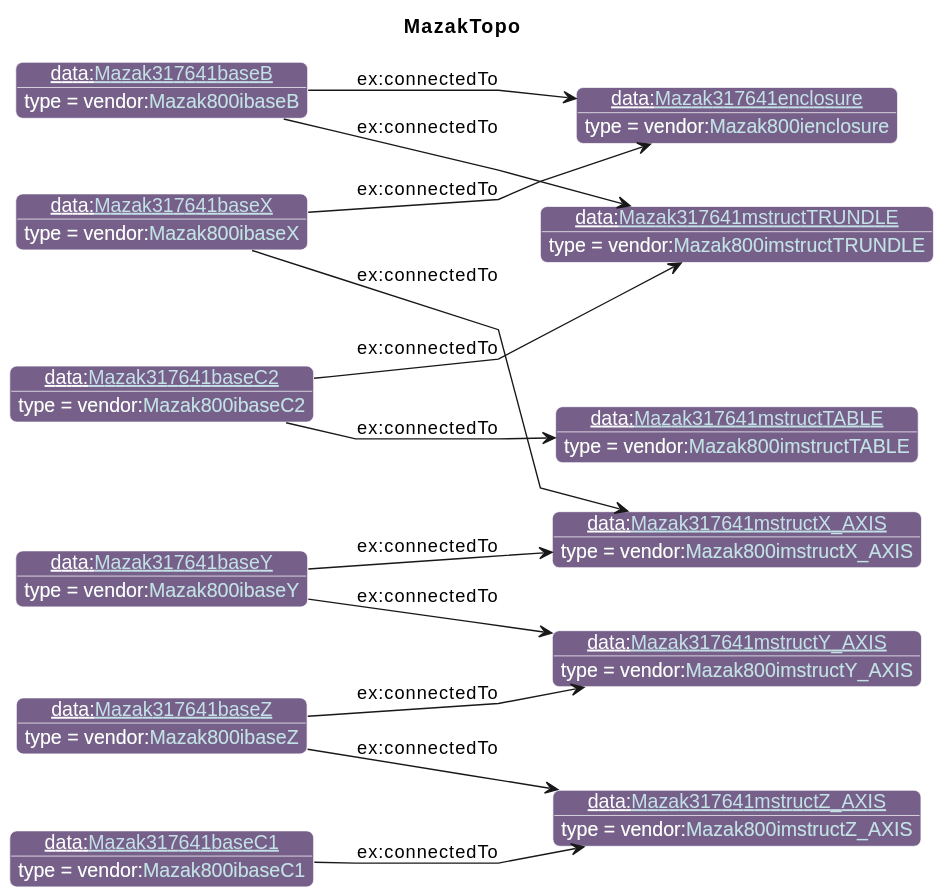
Earlier version of the PlantUML export diagrams/MazakTopo.svg (iofoundry/example-syseng-mtconnect).
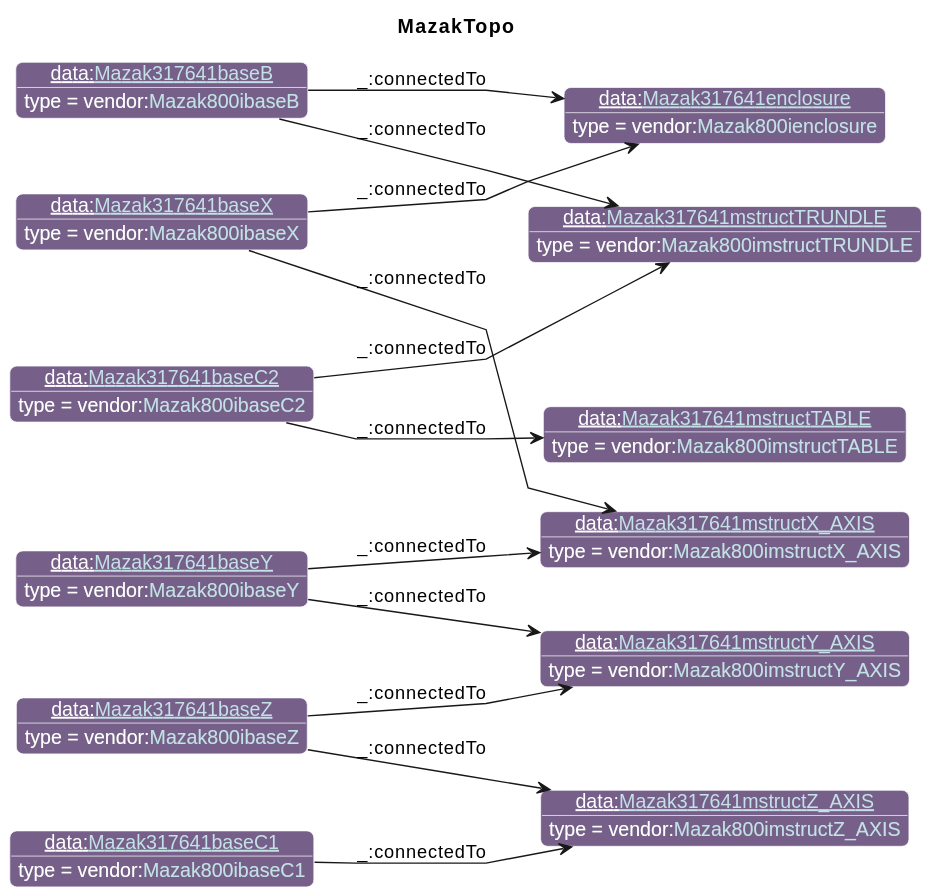
The same file after the commit.

The edit, as a diff of the source:
```diff
@@ -37,15 +37,15 @@
 individual(o9, data:[[./Mazak317641mstructTRUNDLE.html Mazak317641mstructTRUNDLE]], vendor:[[../Mazak.html#Mazak800imstructTRUNDLE Mazak800imstructTRUNDLE]])
 individual(o10, data:[[./Mazak317641baseC2.html Mazak317641baseC2]], vendor:[[../Mazak.html#Mazak800ibaseC2 Mazak800ibaseC2]])
 individual(o11, data:[[./Mazak317641mstructTABLE.html Mazak317641mstructTABLE]], vendor:[[../Mazak.html#Mazak800imstructTABLE Mazak800imstructTABLE]])
-property(o0, "ex:connectedTo", o1)
-property(o0, "ex:connectedTo", o2)
-property(o3, "ex:connectedTo", o2)
-property(o3, "ex:connectedTo", o4)
-property(o5, "ex:connectedTo", o4)
-property(o5, "ex:connectedTo", o6)
-property(o7, "ex:connectedTo", o6)
-property(o8, "ex:connectedTo", o1)
-property(o8, "ex:connectedTo", o9)
-property(o10, "ex:connectedTo", o9)
-property(o10, "ex:connectedTo", o11)
+property(o0, "_:connectedTo", o1)
+property(o0, "_:connectedTo", o2)
+property(o3, "_:connectedTo", o2)
+property(o3, "_:connectedTo", o4)
+property(o5, "_:connectedTo", o4)
+property(o5, "_:connectedTo", o6)
+property(o7, "_:connectedTo", o6)
+property(o8, "_:connectedTo", o1)
+property(o8, "_:connectedTo", o9)
+property(o10, "_:connectedTo", o9)
+property(o10, "_:connectedTo", o11)
 @enduml
```
